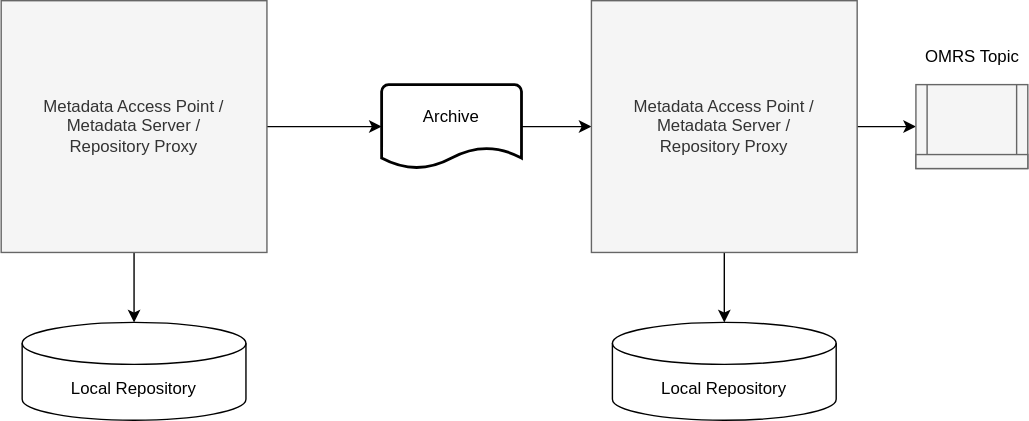
This is site/docs/features/metadata-archiving/open-metadata-archives-use-cases-2.svg from odpi/egeria-docs, a draw.io export, as it was before one commit. Source tidied: cells renumbered, new cells last; positions are measured from the earlier drawing's top-left corner, leaving out a move shared by most shapes. The source it was exported from:
```xml
<mxGraphModel>
  <root>
    <mxCell id="0" />
    <mxCell id="1" parent="0" />
    <mxCell id="2" style="edgeStyle=orthogonalEdgeStyle;rounded=0;jettySize=auto;html=1;exitX=0.5;exitY=1;exitDx=0;exitDy=0;shadow=0;" parent="1" edge="1" source="4" target="5">
      <mxGeometry relative="1" as="geometry" />
    </mxCell>
    <mxCell id="3" style="edgeStyle=orthogonalEdgeStyle;rounded=0;jettySize=auto;html=1;exitX=1;exitY=0.5;exitDx=0;exitDy=0;shadow=0;" parent="1" edge="1" source="4" target="7">
      <mxGeometry relative="1" as="geometry" />
    </mxCell>
    <mxCell id="4" value="Metadata Access Point / &lt;br&gt;Metadata Server / &lt;br&gt;Repository Proxy" style="rounded=0;whiteSpace=wrap;html=1;verticalAlign=middle;fillColor=#f5f5f5;strokeColor=#666666;fontColor=#333333;" parent="1" vertex="1">
      <mxGeometry width="190" height="180" as="geometry" />
    </mxCell>
    <mxCell id="5" value="Local Repository" style="shape=cylinder3;whiteSpace=wrap;html=1;boundedLbl=1;backgroundOutline=1;size=15;" parent="1" vertex="1">
      <mxGeometry x="15" y="230" width="160" height="70" as="geometry" />
    </mxCell>
    <mxCell id="6" style="edgeStyle=orthogonalEdgeStyle;rounded=0;jettySize=auto;html=1;shadow=0;" parent="1" edge="1" source="7" target="10">
      <mxGeometry relative="1" as="geometry" />
    </mxCell>
    <mxCell id="7" value="Archive&lt;br&gt;&amp;nbsp;" style="strokeWidth=2;html=1;shape=mxgraph.flowchart.document2;whiteSpace=wrap;size=0.25;" parent="1" vertex="1">
      <mxGeometry x="272" y="60" width="100" height="60" as="geometry" />
    </mxCell>
    <mxCell id="8" style="edgeStyle=orthogonalEdgeStyle;rounded=0;jettySize=auto;html=1;exitX=0.5;exitY=1;exitDx=0;exitDy=0;shadow=0;" parent="1" edge="1" source="10" target="11">
      <mxGeometry relative="1" as="geometry" />
    </mxCell>
    <mxCell id="9" style="edgeStyle=orthogonalEdgeStyle;rounded=0;jettySize=auto;html=1;exitX=1;exitY=0.5;exitDx=0;exitDy=0;shadow=0;" parent="1" edge="1" source="10" target="12">
      <mxGeometry relative="1" as="geometry" />
    </mxCell>
    <mxCell id="10" value="Metadata Access Point / &lt;br&gt;Metadata Server / &lt;br&gt;Repository Proxy" style="rounded=0;whiteSpace=wrap;html=1;verticalAlign=middle;fillColor=#f5f5f5;strokeColor=#666666;fontColor=#333333;" parent="1" vertex="1">
      <mxGeometry x="422" width="190" height="180" as="geometry" />
    </mxCell>
    <mxCell id="11" value="Local Repository" style="shape=cylinder3;whiteSpace=wrap;html=1;boundedLbl=1;backgroundOutline=1;size=15;" parent="1" vertex="1">
      <mxGeometry x="437" y="230" width="160" height="70" as="geometry" />
    </mxCell>
    <mxCell id="12" style="shape=process;whiteSpace=wrap;html=1;backgroundOutline=1;shadow=0;strokeWidth=1;fillColor=#f5f5f5;align=left;strokeColor=#666666;fontColor=#333333;" parent="1" vertex="1">
      <mxGeometry x="654" y="60" width="80" height="60" as="geometry" />
    </mxCell>
    <mxCell id="13" style="rounded=0;whiteSpace=wrap;html=1;shadow=0;strokeWidth=1;fillColor=#f5f5f5;align=left;strokeColor=#666666;fontColor=#333333;" parent="1" vertex="1">
      <mxGeometry x="654" y="110" width="80" height="10" as="geometry" />
    </mxCell>
    <mxCell id="14" value="OMRS Topic" style="text;html=1;align=center;verticalAlign=middle;" parent="1" vertex="1">
      <mxGeometry x="654" y="30" width="80" height="20" as="geometry" />
    </mxCell>
  </root>
</mxGraphModel>
```
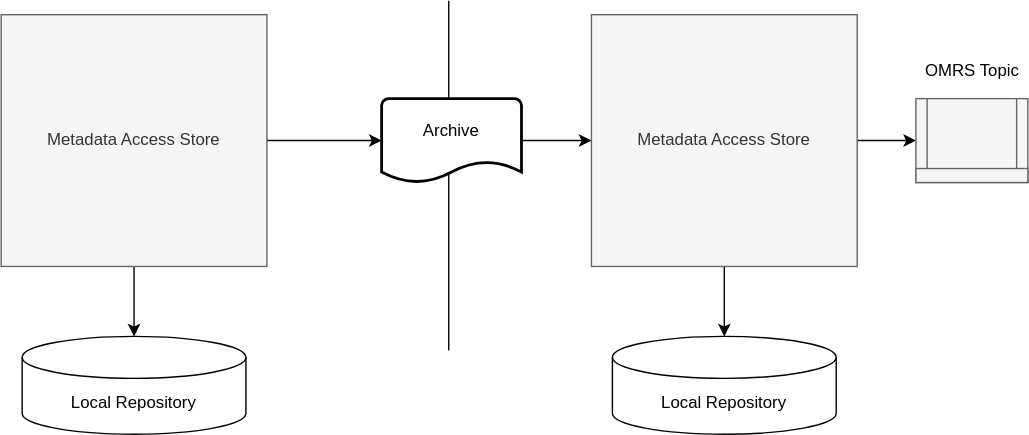
The same diagram one commit later.

What changed in the source:
```diff
@@ -2,44 +2,50 @@
   <root>
     <mxCell id="0" />
     <mxCell id="1" parent="0" />
-    <mxCell id="2" style="edgeStyle=orthogonalEdgeStyle;rounded=0;jettySize=auto;html=1;exitX=0.5;exitY=1;exitDx=0;exitDy=0;shadow=0;" parent="1" edge="1" source="4" target="5">
-      <mxGeometry relative="1" as="geometry" />
+    <mxCell id="2" style="endArrow=none;html=1;rounded=0;" parent="1" edge="1">
+      <mxGeometry relative="1" as="geometry">
+        <mxPoint x="320" y="240" as="sourcePoint" />
+        <mxPoint x="320" y="-10" as="targetPoint" />
+      </mxGeometry>
     </mxCell>
-    <mxCell id="3" style="edgeStyle=orthogonalEdgeStyle;rounded=0;jettySize=auto;html=1;exitX=1;exitY=0.5;exitDx=0;exitDy=0;shadow=0;" parent="1" edge="1" source="4" target="7">
+    <mxCell id="3" style="edgeStyle=orthogonalEdgeStyle;rounded=0;jettySize=auto;html=1;exitX=0.5;exitY=1;exitDx=0;exitDy=0;shadow=0;" parent="1" edge="1" source="5" target="6">
       <mxGeometry relative="1" as="geometry" />
     </mxCell>
-    <mxCell id="4" value="Metadata Access Point / &lt;br&gt;Metadata Server / &lt;br&gt;Repository Proxy" style="rounded=0;whiteSpace=wrap;html=1;verticalAlign=middle;fillColor=#f5f5f5;strokeColor=#666666;fontColor=#333333;" parent="1" vertex="1">
-      <mxGeometry width="190" height="180" as="geometry" />
+    <mxCell id="4" style="edgeStyle=orthogonalEdgeStyle;rounded=0;jettySize=auto;html=1;exitX=1;exitY=0.5;exitDx=0;exitDy=0;shadow=0;" parent="1" edge="1" source="5" target="8">
+      <mxGeometry relative="1" as="geometry" />
     </mxCell>
-    <mxCell id="5" value="Local Repository" style="shape=cylinder3;whiteSpace=wrap;html=1;boundedLbl=1;backgroundOutline=1;size=15;" parent="1" vertex="1">
-      <mxGeometry x="15" y="230" width="160" height="70" as="geometry" />
+    <mxCell id="5" value="Metadata Access Store" style="rounded=0;whiteSpace=wrap;html=1;verticalAlign=middle;fillColor=#f5f5f5;strokeColor=#666666;fontColor=#333333;" parent="1" vertex="1">
+      <mxGeometry width="190" height="180" as="geometry" />
     </mxCell>
-    <mxCell id="6" style="edgeStyle=orthogonalEdgeStyle;rounded=0;jettySize=auto;html=1;shadow=0;" parent="1" edge="1" source="7" target="10">
-      <mxGeometry relative="1" as="geometry" />
+    <mxCell id="6" value="Local Repository" style="shape=cylinder3;whiteSpace=wrap;html=1;boundedLbl=1;backgroundOutline=1;size=15;" parent="1" vertex="1">
+      <mxGeometry x="15" y="230" width="160" height="70" as="geometry" />
     </mxCell>
-    <mxCell id="7" value="Archive&lt;br&gt;&amp;nbsp;" style="strokeWidth=2;html=1;shape=mxgraph.flowchart.document2;whiteSpace=wrap;size=0.25;" parent="1" vertex="1">
-      <mxGeometry x="272" y="60" width="100" height="60" as="geometry" />
+    <mxCell id="7" style="edgeStyle=orthogonalEdgeStyle;rounded=0;jettySize=auto;html=1;shadow=0;" parent="1" edge="1" source="8" target="11">
+      <mxGeometry relative="1" as="geometry" />
     </mxCell>
-    <mxCell id="8" style="edgeStyle=orthogonalEdgeStyle;rounded=0;jettySize=auto;html=1;exitX=0.5;exitY=1;exitDx=0;exitDy=0;shadow=0;" parent="1" edge="1" source="10" target="11">
-      <mxGeometry relative="1" as="geometry" />
+    <mxCell id="8" value="Archive&lt;br&gt;&amp;nbsp;" style="strokeWidth=2;html=1;shape=mxgraph.flowchart.document2;whiteSpace=wrap;size=0.25;" parent="1" vertex="1">
+      <mxGeometry x="272" y="60" width="100" height="60" as="geometry" />
     </mxCell>
-    <mxCell id="9" style="edgeStyle=orthogonalEdgeStyle;rounded=0;jettySize=auto;html=1;exitX=1;exitY=0.5;exitDx=0;exitDy=0;shadow=0;" parent="1" edge="1" source="10" target="12">
+    <mxCell id="9" style="edgeStyle=orthogonalEdgeStyle;rounded=0;jettySize=auto;html=1;exitX=0.5;exitY=1;exitDx=0;exitDy=0;shadow=0;" parent="1" edge="1" source="11" target="12">
       <mxGeometry relative="1" as="geometry" />
     </mxCell>
-    <mxCell id="10" value="Metadata Access Point / &lt;br&gt;Metadata Server / &lt;br&gt;Repository Proxy" style="rounded=0;whiteSpace=wrap;html=1;verticalAlign=middle;fillColor=#f5f5f5;strokeColor=#666666;fontColor=#333333;" parent="1" vertex="1">
-      <mxGeometry x="422" width="190" height="180" as="geometry" />
+    <mxCell id="10" style="edgeStyle=orthogonalEdgeStyle;rounded=0;jettySize=auto;html=1;exitX=1;exitY=0.5;exitDx=0;exitDy=0;shadow=0;" parent="1" edge="1" source="11" target="13">
+      <mxGeometry relative="1" as="geometry" />
     </mxCell>
-    <mxCell id="11" value="Local Repository" style="shape=cylinder3;whiteSpace=wrap;html=1;boundedLbl=1;backgroundOutline=1;size=15;" parent="1" vertex="1">
-      <mxGeometry x="437" y="230" width="160" height="70" as="geometry" />
+    <mxCell id="11" value="Metadata Access Store" style="rounded=0;whiteSpace=wrap;html=1;verticalAlign=middle;fillColor=#f5f5f5;strokeColor=#666666;fontColor=#333333;" parent="1" vertex="1">
+      <mxGeometry x="422" width="190" height="180" as="geometry" />
     </mxCell>
-    <mxCell id="12" style="shape=process;whiteSpace=wrap;html=1;backgroundOutline=1;shadow=0;strokeWidth=1;fillColor=#f5f5f5;align=left;strokeColor=#666666;fontColor=#333333;" parent="1" vertex="1">
-      <mxGeometry x="654" y="60" width="80" height="60" as="geometry" />
+    <mxCell id="12" value="Local Repository" style="shape=cylinder3;whiteSpace=wrap;html=1;boundedLbl=1;backgroundOutline=1;size=15;" parent="1" vertex="1">
+      <mxGeometry x="437" y="230" width="160" height="70" as="geometry" />
     </mxCell>
-    <mxCell id="13" style="rounded=0;whiteSpace=wrap;html=1;shadow=0;strokeWidth=1;fillColor=#f5f5f5;align=left;strokeColor=#666666;fontColor=#333333;" parent="1" vertex="1">
-      <mxGeometry x="654" y="110" width="80" height="10" as="geometry" />
+    <mxCell id="13" style="shape=process;whiteSpace=wrap;html=1;backgroundOutline=1;shadow=0;strokeWidth=1;fillColor=#f5f5f5;align=left;strokeColor=#666666;fontColor=#333333;" parent="1" vertex="1">
+      <mxGeometry x="654" y="60" width="80" height="60" as="geometry" />
     </mxCell>
-    <mxCell id="14" value="OMRS Topic" style="text;html=1;align=center;verticalAlign=middle;" parent="1" vertex="1">
-      <mxGeometry x="654" y="30" width="80" height="20" as="geometry" />
+    <mxCell id="14" style="rounded=0;whiteSpace=wrap;html=1;shadow=0;strokeWidth=1;fillColor=#f5f5f5;align=left;strokeColor=#666666;fontColor=#333333;" parent="1" vertex="1">
+      <mxGeometry x="654" y="110" width="80" height="10" as="geometry" />
     </mxCell>
+    <mxCell id="15" value="OMRS Topic" style="text;html=1;align=center;verticalAlign=middle;" parent="1" vertex="1">
+      <mxGeometry x="654" y="30" width="80" height="20" as="geometry" />
+    </mxCell>
   </root>
 </mxGraphModel>
```
